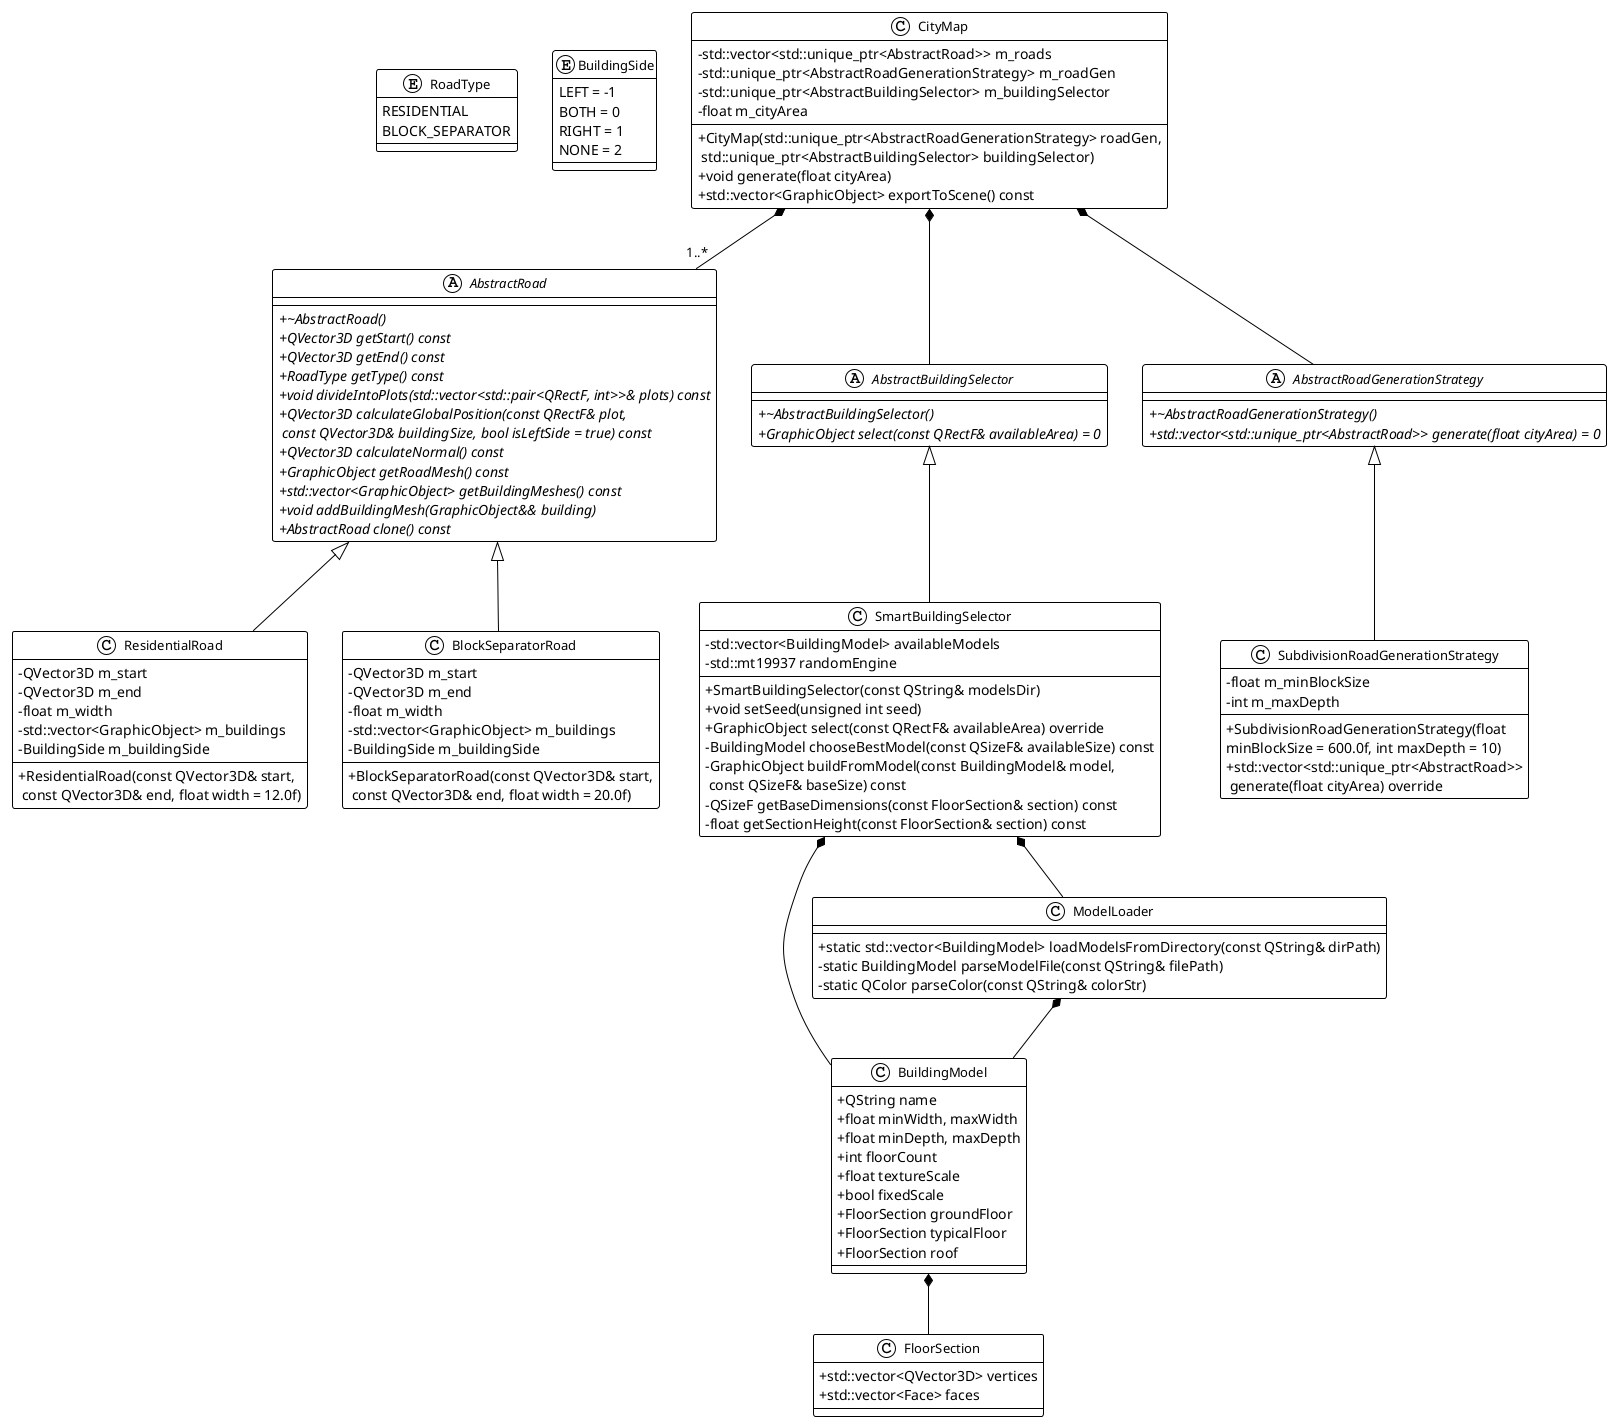
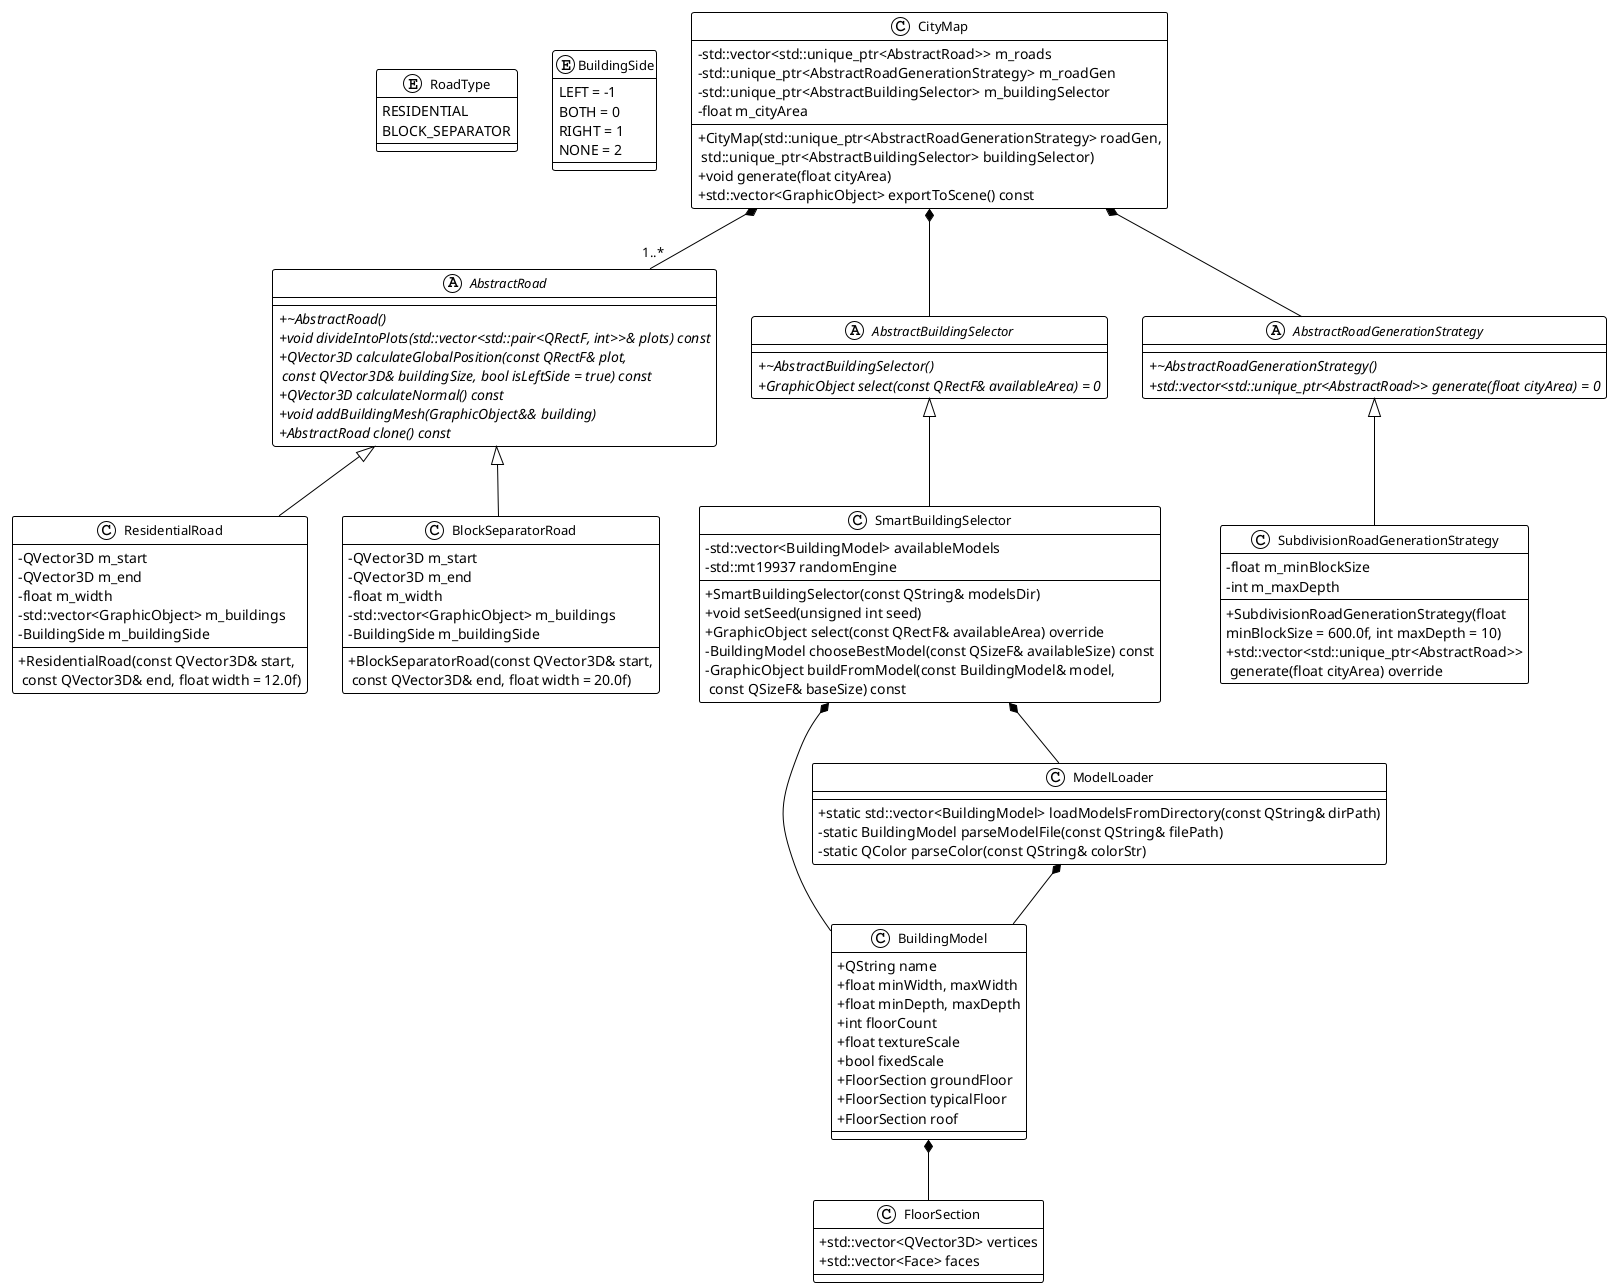
@startuml
!theme plain
skinparam classFontSize 13
skinparam classAttributeIconSize 0

' Enums
enum RoadType {
    RESIDENTIAL
    BLOCK_SEPARATOR
}

enum BuildingSide {
    LEFT = -1
    BOTH = 0
    RIGHT = 1
    NONE = 2
}

' Abstract base classes
abstract class AbstractRoad {
    +{abstract} ~AbstractRoad()
-     +{abstract} QVector3D getStart() const
-     +{abstract} QVector3D getEnd() const
-     +{abstract} RoadType getType() const
    +{abstract} void divideIntoPlots(std::vector<std::pair<QRectF, int>>& plots) const
    +{abstract} QVector3D calculateGlobalPosition(const QRectF& plot, \n const QVector3D& buildingSize, bool isLeftSide = true) const
    +{abstract} QVector3D calculateNormal() const
-     +{abstract} GraphicObject getRoadMesh() const
-     +{abstract} std::vector<GraphicObject> getBuildingMeshes() const
    +{abstract} void addBuildingMesh(GraphicObject&& building)
    +{abstract} AbstractRoad clone() const
}

Abstract AbstractBuildingSelector {
    +{abstract} ~AbstractBuildingSelector()
    +{abstract} GraphicObject select(const QRectF& availableArea) = 0
}

Abstract AbstractRoadGenerationStrategy {
    +{abstract} ~AbstractRoadGenerationStrategy()
    +{abstract} std::vector<std::unique_ptr<AbstractRoad>> generate(float cityArea) = 0
}

' Road implementations
class ResidentialRoad {
    -QVector3D m_start
    -QVector3D m_end
    -float m_width
    -std::vector<GraphicObject> m_buildings
    -BuildingSide m_buildingSide
    +ResidentialRoad(const QVector3D& start,\n const QVector3D& end, float width = 12.0f)
}

class BlockSeparatorRoad {
    -QVector3D m_start
    -QVector3D m_end
    -float m_width
    -std::vector<GraphicObject> m_buildings
    -BuildingSide m_buildingSide
    +BlockSeparatorRoad(const QVector3D& start,\n const QVector3D& end, float width = 20.0f)
}

' Building selector implementations

class SmartBuildingSelector {
    -std::vector<BuildingModel> availableModels
    -std::mt19937 randomEngine
    +SmartBuildingSelector(const QString& modelsDir)
    +void setSeed(unsigned int seed)
    +GraphicObject select(const QRectF& availableArea) override
    -BuildingModel chooseBestModel(const QSizeF& availableSize) const
    -GraphicObject buildFromModel(const BuildingModel& model,\n const QSizeF& baseSize) const
-     -QSizeF getBaseDimensions(const FloorSection& section) const
-     -float getSectionHeight(const FloorSection& section) const
}

' Road generation strategy implementations

class SubdivisionRoadGenerationStrategy {
    -float m_minBlockSize
    -int m_maxDepth
    +SubdivisionRoadGenerationStrategy(float \nminBlockSize = 600.0f, int maxDepth = 10)
    +std::vector<std::unique_ptr<AbstractRoad>>\n generate(float cityArea) override
}

' Core classes
class CityMap {
    -std::vector<std::unique_ptr<AbstractRoad>> m_roads
    -std::unique_ptr<AbstractRoadGenerationStrategy> m_roadGen
    -std::unique_ptr<AbstractBuildingSelector> m_buildingSelector
    -float m_cityArea
    +CityMap(std::unique_ptr<AbstractRoadGenerationStrategy> roadGen,\n std::unique_ptr<AbstractBuildingSelector> buildingSelector)
    +void generate(float cityArea)
    +std::vector<GraphicObject> exportToScene() const
}

' Model classes
class BuildingModel {
    +QString name
    +float minWidth, maxWidth
    +float minDepth, maxDepth
    +int floorCount
    +float textureScale
    +bool fixedScale
    +FloorSection groundFloor
    +FloorSection typicalFloor
    +FloorSection roof
}

class FloorSection {
    +std::vector<QVector3D> vertices
    +std::vector<Face> faces
}

class ModelLoader {
    +static std::vector<BuildingModel> loadModelsFromDirectory(const QString& dirPath)
    -static BuildingModel parseModelFile(const QString& filePath)
    -static QColor parseColor(const QString& colorStr)
}

' Relationships
AbstractRoad <|-- ResidentialRoad
AbstractRoad <|-- BlockSeparatorRoad
AbstractBuildingSelector <|-- SmartBuildingSelector
AbstractRoadGenerationStrategy <|-- SubdivisionRoadGenerationStrategy

CityMap *-- AbstractRoadGenerationStrategy
CityMap *-- AbstractBuildingSelector
CityMap *-- "1..*" AbstractRoad

SmartBuildingSelector *-- ModelLoader
SmartBuildingSelector *-- BuildingModel
ModelLoader *-- BuildingModel

BuildingModel *-- FloorSection

@enduml